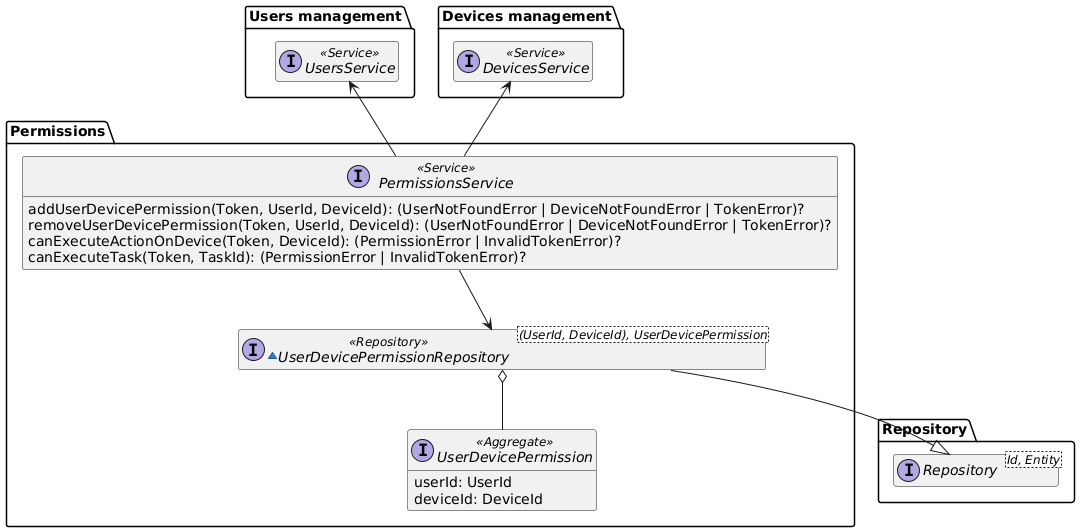
Before: diagrams/generated/notifications-domain-model.png, a diagram exported from PlantUML (DomoticASW/.github).
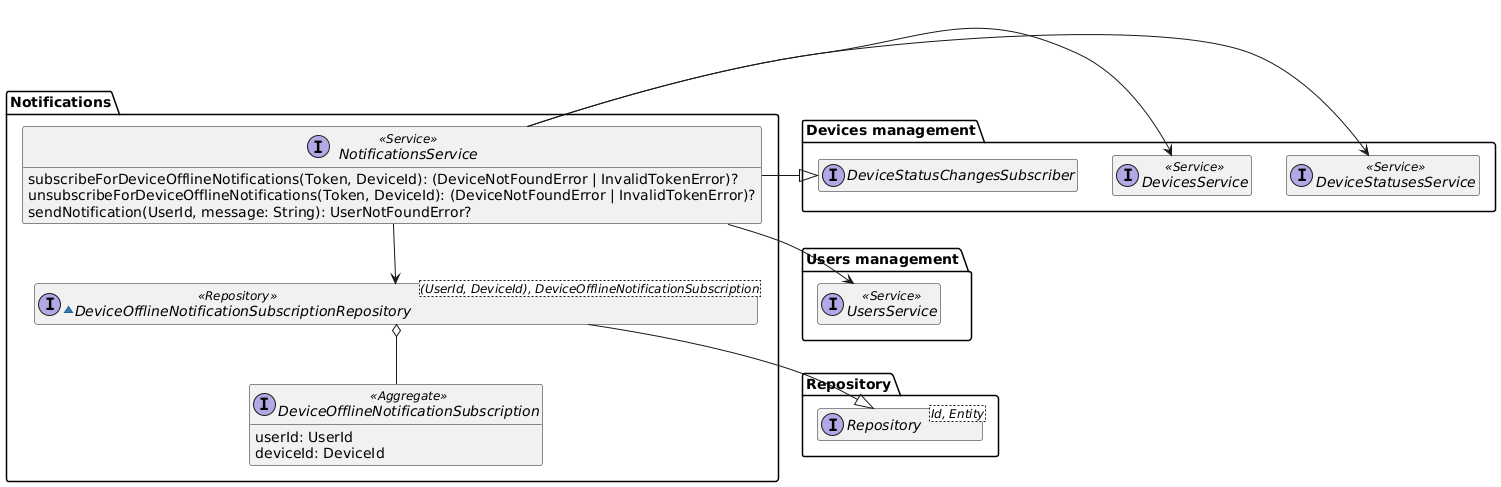
After the change.

Commit message:
Fix same title for two diagrams

The edit, as a diff of the source:
```diff
@@ -11,29 +11,32 @@
 
 package "Devices management" as DevicesManagement {
     interface DevicesService <<Service>>
+    interface DeviceStatusesService <<Service>>
+    interface DeviceStatusChangesSubscriber
 }
 
-package "Permissions" {
-    interface PermissionsService <<Service>> {
-        addUserDevicePermission(Token, UserId, DeviceId): (UserNotFoundError | DeviceNotFoundError | TokenError)?
-        removeUserDevicePermission(Token, UserId, DeviceId): (UserNotFoundError | DeviceNotFoundError | TokenError)?
-        canExecuteActionOnDevice(Token, DeviceId): (PermissionError | InvalidTokenError)?
-        canExecuteTask(Token, TaskId): (PermissionError | InvalidTokenError)?
+package "Notifications" {
+    interface NotificationsService <<Service>> {
+        subscribeForDeviceOfflineNotifications(Token, DeviceId): (DeviceNotFoundError | InvalidTokenError)?
+        unsubscribeForDeviceOfflineNotifications(Token, DeviceId): (DeviceNotFoundError | InvalidTokenError)?
+        sendNotification(UserId, message: String): UserNotFoundError?
     }
 
-    ~interface UserDevicePermissionRepository<(UserId, DeviceId), UserDevicePermission> <<Repository>> {
+    ~interface DeviceOfflineNotificationSubscriptionRepository<(UserId, DeviceId), DeviceOfflineNotificationSubscription> <<Repository>> {
     }
 
-    interface UserDevicePermission <<Aggregate>> {
+    interface DeviceOfflineNotificationSubscription <<Aggregate>> {
         userId: UserId
         deviceId: DeviceId
     }
 
-    PermissionsService -u-> DevicesManagement.DevicesService
-    PermissionsService -u-> UsersManagement.UsersService
-    PermissionsService --> UserDevicePermissionRepository
-    UserDevicePermissionRepository --|> Repository.Repository
-    UserDevicePermissionRepository o-- UserDevicePermission
+    NotificationsService --> DeviceOfflineNotificationSubscriptionRepository
+    NotificationsService -r-|> DevicesManagement.DeviceStatusChangesSubscriber
+    NotificationsService -r-> DevicesManagement.DevicesService
+    NotificationsService -r-> DevicesManagement.DeviceStatusesService
+    NotificationsService --> UsersManagement.UsersService
+    DeviceOfflineNotificationSubscriptionRepository --|> Repository.Repository
+    DeviceOfflineNotificationSubscriptionRepository o-- DeviceOfflineNotificationSubscription
 }
 
 @enduml
```
